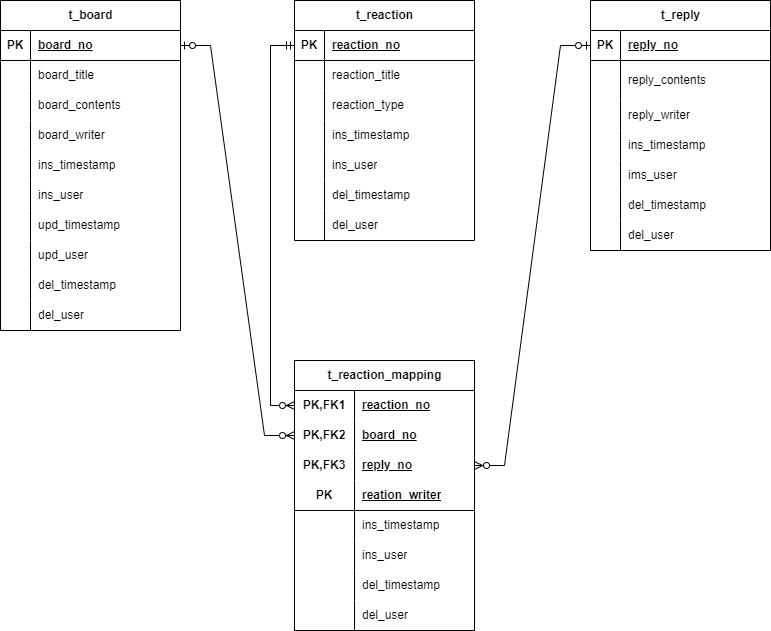
Earlier version of the draw.io export images/godLife.drawio.png (lunalucyhh/godLife). Source tidied: cells renumbered, new cells last; positions are measured from the earlier drawing's top-left corner, leaving out a move shared by most shapes.
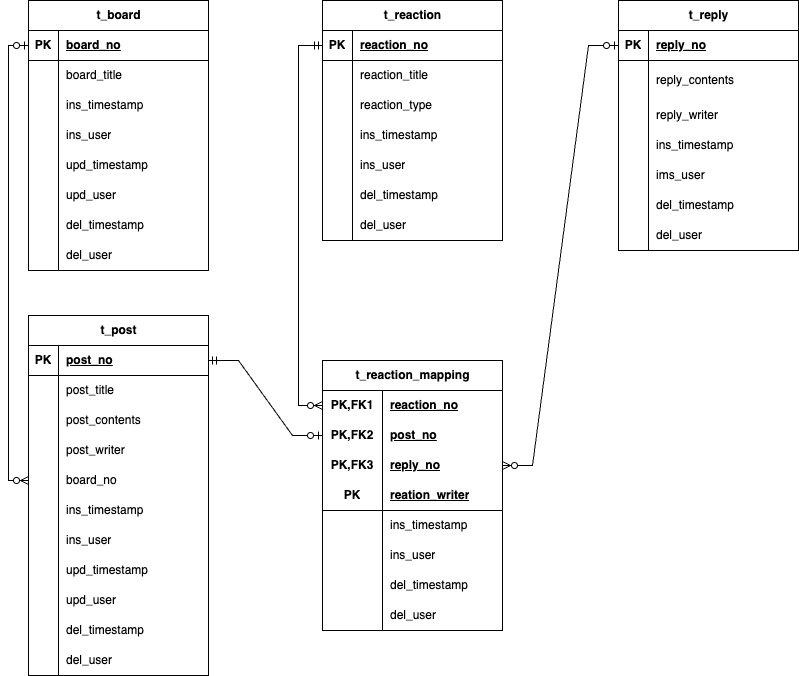
The same diagram one commit later.

The edit, as a diff of the source:
```diff
@@ -3,7 +3,7 @@
     <mxCell id="0" />
     <mxCell id="1" parent="0" />
     <mxCell id="2" value="t_board" style="shape=table;startSize=30;rowLines=0;fontStyle=1;align=center;html=1;" parent="1" vertex="1">
-      <mxGeometry width="180" height="330" as="geometry" />
+      <mxGeometry width="180" height="270" as="geometry" />
     </mxCell>
     <mxCell id="3" style="shape=tableRow;horizontal=0;startSize=0;swimlaneHead=0;swimlaneBody=0;fillColor=none;points=[[0,0.5],[1,0.5]];portConstraint=eastwest;top=0;left=0;right=0;bottom=1;" parent="2" vertex="1">
       <mxGeometry y="30" width="180" height="30" as="geometry" />
@@ -23,26 +23,8 @@
     <mxCell id="8" value="board_title" style="shape=partialRectangle;fillColor=none;top=0;left=0;bottom=0;right=0;align=left;spacingLeft=6;overflow=hidden;whiteSpace=wrap;html=1;" parent="6" vertex="1">
       <mxGeometry x="30" width="150" height="30" as="geometry" />
     </mxCell>
-    <mxCell id="9" style="shape=tableRow;horizontal=0;startSize=0;swimlaneHead=0;swimlaneBody=0;fillColor=none;top=0;left=0;right=0;bottom=0;" parent="2" vertex="1">
-      <mxGeometry y="90" width="180" height="30" as="geometry" />
-    </mxCell>
-    <mxCell id="10" style="shape=partialRectangle;fillColor=none;top=0;left=0;bottom=0;right=0;overflow=hidden;whiteSpace=wrap;html=1;" parent="9" vertex="1">
-      <mxGeometry width="30" height="30" as="geometry" />
-    </mxCell>
-    <mxCell id="11" value="board_contents" style="shape=partialRectangle;fillColor=none;top=0;left=0;bottom=0;right=0;align=left;spacingLeft=6;overflow=hidden;whiteSpace=wrap;html=1;" parent="9" vertex="1">
-      <mxGeometry x="30" width="150" height="30" as="geometry" />
-    </mxCell>
-    <mxCell id="12" style="shape=tableRow;horizontal=0;startSize=0;swimlaneHead=0;swimlaneBody=0;fillColor=none;top=0;left=0;right=0;bottom=0;" parent="2" vertex="1">
-      <mxGeometry y="120" width="180" height="30" as="geometry" />
-    </mxCell>
-    <mxCell id="13" style="shape=partialRectangle;fillColor=none;top=0;left=0;bottom=0;right=0;overflow=hidden;whiteSpace=wrap;html=1;" parent="12" vertex="1">
-      <mxGeometry width="30" height="30" as="geometry" />
-    </mxCell>
-    <mxCell id="14" value="board_writer" style="shape=partialRectangle;fillColor=none;top=0;left=0;bottom=0;right=0;align=left;spacingLeft=6;overflow=hidden;whiteSpace=wrap;html=1;" parent="12" vertex="1">
-      <mxGeometry x="30" width="150" height="30" as="geometry" />
-    </mxCell>
     <mxCell id="15" style="shape=tableRow;horizontal=0;startSize=0;swimlaneHead=0;swimlaneBody=0;fillColor=none;top=0;left=0;right=0;bottom=0;" parent="2" vertex="1">
-      <mxGeometry y="150" width="180" height="30" as="geometry" />
+      <mxGeometry y="90" width="180" height="30" as="geometry" />
     </mxCell>
     <mxCell id="16" style="shape=partialRectangle;fillColor=none;top=0;left=0;bottom=0;right=0;overflow=hidden;whiteSpace=wrap;html=1;" parent="15" vertex="1">
       <mxGeometry width="30" height="30" as="geometry" />
@@ -51,7 +33,7 @@
       <mxGeometry x="30" width="150" height="30" as="geometry" />
     </mxCell>
     <mxCell id="18" style="shape=tableRow;horizontal=0;startSize=0;swimlaneHead=0;swimlaneBody=0;fillColor=none;top=0;left=0;right=0;bottom=0;" parent="2" vertex="1">
-      <mxGeometry y="180" width="180" height="30" as="geometry" />
+      <mxGeometry y="120" width="180" height="30" as="geometry" />
     </mxCell>
     <mxCell id="19" style="shape=partialRectangle;fillColor=none;top=0;left=0;bottom=0;right=0;overflow=hidden;whiteSpace=wrap;html=1;" parent="18" vertex="1">
       <mxGeometry width="30" height="30" as="geometry" />
@@ -60,7 +42,7 @@
       <mxGeometry x="30" width="150" height="30" as="geometry" />
     </mxCell>
     <mxCell id="21" style="shape=tableRow;horizontal=0;startSize=0;swimlaneHead=0;swimlaneBody=0;fillColor=none;top=0;left=0;right=0;bottom=0;" parent="2" vertex="1">
-      <mxGeometry y="210" width="180" height="30" as="geometry" />
+      <mxGeometry y="150" width="180" height="30" as="geometry" />
     </mxCell>
     <mxCell id="22" style="shape=partialRectangle;fillColor=none;top=0;left=0;bottom=0;right=0;overflow=hidden;whiteSpace=wrap;html=1;" parent="21" vertex="1">
       <mxGeometry width="30" height="30" as="geometry" />
@@ -69,7 +51,7 @@
       <mxGeometry x="30" width="150" height="30" as="geometry" />
     </mxCell>
     <mxCell id="24" style="shape=tableRow;horizontal=0;startSize=0;swimlaneHead=0;swimlaneBody=0;fillColor=none;top=0;left=0;right=0;bottom=0;" parent="2" vertex="1">
-      <mxGeometry y="240" width="180" height="30" as="geometry" />
+      <mxGeometry y="180" width="180" height="30" as="geometry" />
     </mxCell>
     <mxCell id="25" style="shape=partialRectangle;fillColor=none;top=0;left=0;bottom=0;right=0;overflow=hidden;whiteSpace=wrap;html=1;" parent="24" vertex="1">
       <mxGeometry width="30" height="30" as="geometry" />
@@ -78,7 +60,7 @@
       <mxGeometry x="30" width="150" height="30" as="geometry" />
     </mxCell>
     <mxCell id="27" style="shape=tableRow;horizontal=0;startSize=0;swimlaneHead=0;swimlaneBody=0;fillColor=none;top=0;left=0;right=0;bottom=0;" parent="2" vertex="1">
-      <mxGeometry y="270" width="180" height="30" as="geometry" />
+      <mxGeometry y="210" width="180" height="30" as="geometry" />
     </mxCell>
     <mxCell id="28" style="shape=partialRectangle;fillColor=none;top=0;left=0;bottom=0;right=0;overflow=hidden;whiteSpace=wrap;html=1;" parent="27" vertex="1">
       <mxGeometry width="30" height="30" as="geometry" />
@@ -87,7 +69,7 @@
       <mxGeometry x="30" width="150" height="30" as="geometry" />
     </mxCell>
     <mxCell id="30" style="shape=tableRow;horizontal=0;startSize=0;swimlaneHead=0;swimlaneBody=0;fillColor=none;top=0;left=0;right=0;bottom=0;" parent="2" vertex="1">
-      <mxGeometry y="300" width="180" height="30" as="geometry" />
+      <mxGeometry y="240" width="180" height="30" as="geometry" />
     </mxCell>
     <mxCell id="31" style="shape=partialRectangle;fillColor=none;top=0;left=0;bottom=0;right=0;overflow=hidden;whiteSpace=wrap;html=1;" parent="30" vertex="1">
       <mxGeometry width="30" height="30" as="geometry" />
@@ -227,10 +209,11 @@
     <mxCell id="76" value="del_user" style="shape=partialRectangle;fillColor=none;top=0;left=0;bottom=0;right=0;align=left;spacingLeft=6;overflow=hidden;whiteSpace=wrap;html=1;" parent="74" vertex="1">
       <mxGeometry x="30" width="150" height="30" as="geometry" />
     </mxCell>
-    <mxCell id="77" style="edgeStyle=entityRelationEdgeStyle;fontSize=12;html=1;endArrow=ERzeroToMany;startArrow=ERzeroToOne;rounded=0;exitX=1;exitY=0.5;exitDx=0;exitDy=0;entryX=0;entryY=0.5;entryDx=0;entryDy=0;" parent="1" edge="1" source="3" target="84">
+    <mxCell id="77" style="edgeStyle=orthogonalEdgeStyle;fontSize=12;html=1;endArrow=ERzeroToMany;startArrow=ERzeroToOne;rounded=0;exitX=0;exitY=0.5;exitDx=0;exitDy=0;entryX=0;entryY=0.5;entryDx=0;entryDy=0;" parent="1" edge="1" source="3" target="116">
       <mxGeometry relative="1" as="geometry">
         <Array as="points">
-          <mxPoint x="290" y="80" />
+          <mxPoint x="-20" y="45" />
+          <mxPoint x="-20" y="480" />
         </Array>
       </mxGeometry>
     </mxCell>
@@ -267,7 +250,7 @@
     <mxCell id="85" value="PK,FK2" style="shape=partialRectangle;fillColor=none;top=0;left=0;bottom=0;right=0;fontStyle=1;overflow=hidden;html=1;whiteSpace=wrap;" parent="84" vertex="1">
       <mxGeometry width="60" height="30" as="geometry" />
     </mxCell>
-    <mxCell id="86" value="board_no" style="shape=partialRectangle;fillColor=none;top=0;left=0;bottom=0;right=0;align=left;spacingLeft=6;fontStyle=5;overflow=hidden;html=1;whiteSpace=wrap;" parent="84" vertex="1">
+    <mxCell id="86" value="post_no" style="shape=partialRectangle;fillColor=none;top=0;left=0;bottom=0;right=0;align=left;spacingLeft=6;fontStyle=5;overflow=hidden;html=1;whiteSpace=wrap;" parent="84" vertex="1">
       <mxGeometry x="60" width="120" height="30" as="geometry" />
     </mxCell>
     <mxCell id="87" style="shape=tableRow;horizontal=0;startSize=0;swimlaneHead=0;swimlaneBody=0;fillColor=none;points=[[0,0.5],[1,0.5]];portConstraint=eastwest;top=0;left=0;right=0;bottom=0;html=1;" parent="80" vertex="1">
@@ -324,5 +307,110 @@
     <mxCell id="104" value="del_user" style="shape=partialRectangle;fillColor=none;top=0;left=0;bottom=0;right=0;align=left;spacingLeft=6;overflow=hidden;whiteSpace=wrap;html=1;" parent="102" vertex="1">
       <mxGeometry x="60" width="120" height="30" as="geometry" />
     </mxCell>
+    <mxCell id="105" value="t_post" style="shape=table;startSize=30;rowLines=0;fontStyle=1;align=center;html=1;" parent="1" vertex="1">
+      <mxGeometry y="315" width="180" height="360" as="geometry" />
+    </mxCell>
+    <mxCell id="106" style="shape=tableRow;horizontal=0;startSize=0;swimlaneHead=0;swimlaneBody=0;fillColor=none;points=[[0,0.5],[1,0.5]];portConstraint=eastwest;top=0;left=0;right=0;bottom=1;" parent="105" vertex="1">
+      <mxGeometry y="30" width="180" height="30" as="geometry" />
+    </mxCell>
+    <mxCell id="107" value="PK" style="shape=partialRectangle;fillColor=none;top=0;left=0;bottom=0;right=0;fontStyle=1;overflow=hidden;whiteSpace=wrap;html=1;" parent="106" vertex="1">
+      <mxGeometry width="30" height="30" as="geometry" />
+    </mxCell>
+    <mxCell id="108" value="post_no" style="shape=partialRectangle;fillColor=none;top=0;left=0;bottom=0;right=0;align=left;spacingLeft=6;fontStyle=5;overflow=hidden;whiteSpace=wrap;html=1;" parent="106" vertex="1">
+      <mxGeometry x="30" width="150" height="30" as="geometry" />
+    </mxCell>
+    <mxCell id="109" style="shape=tableRow;horizontal=0;startSize=0;swimlaneHead=0;swimlaneBody=0;fillColor=none;top=0;left=0;right=0;bottom=0;" parent="105" vertex="1">
+      <mxGeometry y="60" width="180" height="30" as="geometry" />
+    </mxCell>
+    <mxCell id="110" style="shape=partialRectangle;fillColor=none;top=0;left=0;bottom=0;right=0;overflow=hidden;whiteSpace=wrap;html=1;" parent="109" vertex="1">
+      <mxGeometry width="30" height="30" as="geometry" />
+    </mxCell>
+    <mxCell id="111" value="post_title" style="shape=partialRectangle;fillColor=none;top=0;left=0;bottom=0;right=0;align=left;spacingLeft=6;overflow=hidden;whiteSpace=wrap;html=1;" parent="109" vertex="1">
+      <mxGeometry x="30" width="150" height="30" as="geometry" />
+    </mxCell>
+    <mxCell id="9" style="shape=tableRow;horizontal=0;startSize=0;swimlaneHead=0;swimlaneBody=0;fillColor=none;top=0;left=0;right=0;bottom=0;" parent="105" vertex="1">
+      <mxGeometry y="90" width="180" height="30" as="geometry" />
+    </mxCell>
+    <mxCell id="112" style="shape=partialRectangle;fillColor=none;top=0;left=0;bottom=0;right=0;overflow=hidden;whiteSpace=wrap;html=1;" parent="9" vertex="1">
+      <mxGeometry width="30" height="30" as="geometry" />
+    </mxCell>
+    <mxCell id="113" value="post_contents" style="shape=partialRectangle;fillColor=none;top=0;left=0;bottom=0;right=0;align=left;spacingLeft=6;overflow=hidden;whiteSpace=wrap;html=1;" parent="9" vertex="1">
+      <mxGeometry x="30" width="150" height="30" as="geometry" />
+    </mxCell>
+    <mxCell id="12" style="shape=tableRow;horizontal=0;startSize=0;swimlaneHead=0;swimlaneBody=0;fillColor=none;top=0;left=0;right=0;bottom=0;" parent="105" vertex="1">
+      <mxGeometry y="120" width="180" height="30" as="geometry" />
+    </mxCell>
+    <mxCell id="114" style="shape=partialRectangle;fillColor=none;top=0;left=0;bottom=0;right=0;overflow=hidden;whiteSpace=wrap;html=1;" parent="12" vertex="1">
+      <mxGeometry width="30" height="30" as="geometry" />
+    </mxCell>
+    <mxCell id="115" value="post_writer" style="shape=partialRectangle;fillColor=none;top=0;left=0;bottom=0;right=0;align=left;spacingLeft=6;overflow=hidden;whiteSpace=wrap;html=1;" parent="12" vertex="1">
+      <mxGeometry x="30" width="150" height="30" as="geometry" />
+    </mxCell>
+    <mxCell id="116" style="shape=tableRow;horizontal=0;startSize=0;swimlaneHead=0;swimlaneBody=0;fillColor=none;points=[[0,0.5],[1,0.5]];portConstraint=eastwest;top=0;left=0;right=0;bottom=0;" parent="105" vertex="1">
+      <mxGeometry y="150" width="180" height="30" as="geometry" />
+    </mxCell>
+    <mxCell id="117" style="shape=partialRectangle;fillColor=none;top=0;left=0;bottom=0;right=0;overflow=hidden;whiteSpace=wrap;html=1;" parent="116" vertex="1">
+      <mxGeometry width="30" height="30" as="geometry" />
+    </mxCell>
+    <mxCell id="118" value="board_no" style="shape=partialRectangle;fillColor=none;top=0;left=0;bottom=0;right=0;align=left;spacingLeft=6;overflow=hidden;whiteSpace=wrap;html=1;" parent="116" vertex="1">
+      <mxGeometry x="30" width="150" height="30" as="geometry" />
+    </mxCell>
+    <mxCell id="119" style="shape=tableRow;horizontal=0;startSize=0;swimlaneHead=0;swimlaneBody=0;fillColor=none;top=0;left=0;right=0;bottom=0;" parent="105" vertex="1">
+      <mxGeometry y="180" width="180" height="30" as="geometry" />
+    </mxCell>
+    <mxCell id="120" style="shape=partialRectangle;fillColor=none;top=0;left=0;bottom=0;right=0;overflow=hidden;whiteSpace=wrap;html=1;" parent="119" vertex="1">
+      <mxGeometry width="30" height="30" as="geometry" />
+    </mxCell>
+    <mxCell id="121" value="ins_timestamp" style="shape=partialRectangle;fillColor=none;top=0;left=0;bottom=0;right=0;align=left;spacingLeft=6;overflow=hidden;whiteSpace=wrap;html=1;" parent="119" vertex="1">
+      <mxGeometry x="30" width="150" height="30" as="geometry" />
+    </mxCell>
+    <mxCell id="122" style="shape=tableRow;horizontal=0;startSize=0;swimlaneHead=0;swimlaneBody=0;fillColor=none;top=0;left=0;right=0;bottom=0;" parent="105" vertex="1">
+      <mxGeometry y="210" width="180" height="30" as="geometry" />
+    </mxCell>
+    <mxCell id="123" style="shape=partialRectangle;fillColor=none;top=0;left=0;bottom=0;right=0;overflow=hidden;whiteSpace=wrap;html=1;" parent="122" vertex="1">
+      <mxGeometry width="30" height="30" as="geometry" />
+    </mxCell>
+    <mxCell id="124" value="ins_user" style="shape=partialRectangle;fillColor=none;top=0;left=0;bottom=0;right=0;align=left;spacingLeft=6;overflow=hidden;whiteSpace=wrap;html=1;" parent="122" vertex="1">
+      <mxGeometry x="30" width="150" height="30" as="geometry" />
+    </mxCell>
+    <mxCell id="125" style="shape=tableRow;horizontal=0;startSize=0;swimlaneHead=0;swimlaneBody=0;fillColor=none;top=0;left=0;right=0;bottom=0;" parent="105" vertex="1">
+      <mxGeometry y="240" width="180" height="30" as="geometry" />
+    </mxCell>
+    <mxCell id="126" style="shape=partialRectangle;fillColor=none;top=0;left=0;bottom=0;right=0;overflow=hidden;whiteSpace=wrap;html=1;" parent="125" vertex="1">
+      <mxGeometry width="30" height="30" as="geometry" />
+    </mxCell>
+    <mxCell id="127" value="upd_timestamp" style="shape=partialRectangle;fillColor=none;top=0;left=0;bottom=0;right=0;align=left;spacingLeft=6;overflow=hidden;whiteSpace=wrap;html=1;" parent="125" vertex="1">
+      <mxGeometry x="30" width="150" height="30" as="geometry" />
+    </mxCell>
+    <mxCell id="128" style="shape=tableRow;horizontal=0;startSize=0;swimlaneHead=0;swimlaneBody=0;fillColor=none;top=0;left=0;right=0;bottom=0;" parent="105" vertex="1">
+      <mxGeometry y="270" width="180" height="30" as="geometry" />
+    </mxCell>
+    <mxCell id="129" style="shape=partialRectangle;fillColor=none;top=0;left=0;bottom=0;right=0;overflow=hidden;whiteSpace=wrap;html=1;" parent="128" vertex="1">
+      <mxGeometry width="30" height="30" as="geometry" />
+    </mxCell>
+    <mxCell id="130" value="upd_user" style="shape=partialRectangle;fillColor=none;top=0;left=0;bottom=0;right=0;align=left;spacingLeft=6;overflow=hidden;whiteSpace=wrap;html=1;" parent="128" vertex="1">
+      <mxGeometry x="30" width="150" height="30" as="geometry" />
+    </mxCell>
+    <mxCell id="131" style="shape=tableRow;horizontal=0;startSize=0;swimlaneHead=0;swimlaneBody=0;fillColor=none;top=0;left=0;right=0;bottom=0;" parent="105" vertex="1">
+      <mxGeometry y="300" width="180" height="30" as="geometry" />
+    </mxCell>
+    <mxCell id="132" style="shape=partialRectangle;fillColor=none;top=0;left=0;bottom=0;right=0;overflow=hidden;whiteSpace=wrap;html=1;" parent="131" vertex="1">
+      <mxGeometry width="30" height="30" as="geometry" />
+    </mxCell>
+    <mxCell id="133" value="del_timestamp" style="shape=partialRectangle;fillColor=none;top=0;left=0;bottom=0;right=0;align=left;spacingLeft=6;overflow=hidden;whiteSpace=wrap;html=1;" parent="131" vertex="1">
+      <mxGeometry x="30" width="150" height="30" as="geometry" />
+    </mxCell>
+    <mxCell id="134" style="shape=tableRow;horizontal=0;startSize=0;swimlaneHead=0;swimlaneBody=0;fillColor=none;top=0;left=0;right=0;bottom=0;" parent="105" vertex="1">
+      <mxGeometry y="330" width="180" height="30" as="geometry" />
+    </mxCell>
+    <mxCell id="135" style="shape=partialRectangle;fillColor=none;top=0;left=0;bottom=0;right=0;overflow=hidden;whiteSpace=wrap;html=1;" parent="134" vertex="1">
+      <mxGeometry width="30" height="30" as="geometry" />
+    </mxCell>
+    <mxCell id="136" value="del_user" style="shape=partialRectangle;fillColor=none;top=0;left=0;bottom=0;right=0;align=left;spacingLeft=6;overflow=hidden;whiteSpace=wrap;html=1;" parent="134" vertex="1">
+      <mxGeometry x="30" width="150" height="30" as="geometry" />
+    </mxCell>
+    <mxCell id="137" style="edgeStyle=entityRelationEdgeStyle;fontSize=12;html=1;endArrow=ERzeroToOne;startArrow=ERmandOne;rounded=0;exitX=1;exitY=0.5;exitDx=0;exitDy=0;entryX=0;entryY=0.5;entryDx=0;entryDy=0;" parent="1" edge="1" source="106" target="84">
+      <mxGeometry relative="1" as="geometry" />
+    </mxCell>
   </root>
 </mxGraphModel>
```
